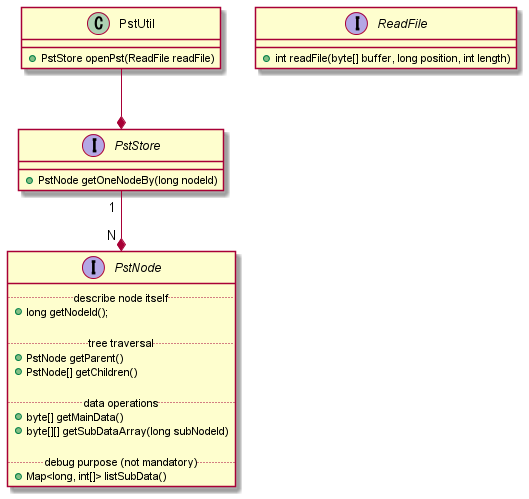
Before: out/plantuml/base/schematic.png, a diagram exported from PlantUML (Kris-LIBIS/ruby-msg). Its diagram source:
```plantuml
@startuml schematic

class PstUtil {
    + PstStore openPst(ReadFile readFile)
}

interface PstStore {
    + PstNode getOneNodeBy(long nodeId)
}

interface PstNode {
    .. describe node itself ..
    + long getNodeId();

    .. tree traversal ..
    + PstNode getParent()
    + PstNode[] getChildren()

    .. data operations ..
    + byte[] getMainData()
    + byte[][] getSubDataArray(long subNodeId)

    .. debug purpose (not mandatory) ..
    + Map<long, int[]> listSubData()
}

PstUtil --* PstStore
PstStore " 1 " --* " N " PstNode

interface ReadFile {
    + int readFile(byte[] buffer, long position, int length)
}

@enduml
```
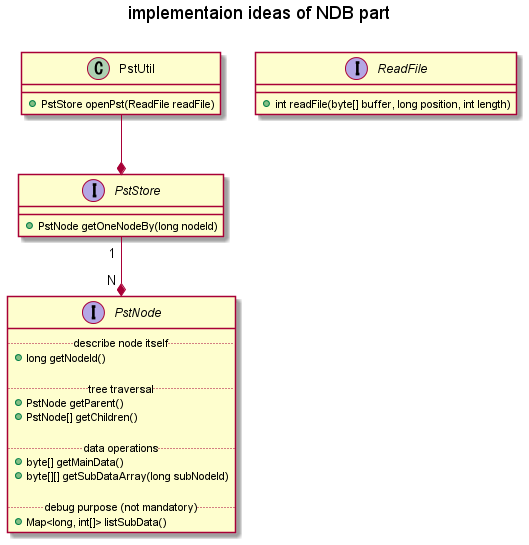
After the commit.

What changed in the source:
```diff
@@ -1,4 +1,5 @@
 @startuml schematic
+title implementaion ideas of NDB part\n
 
 class PstUtil {
     + PstStore openPst(ReadFile readFile)
@@ -10,7 +11,7 @@
 
 interface PstNode {
     .. describe node itself ..
-    + long getNodeId();
+    + long getNodeId()
 
     .. tree traversal ..
     + PstNode getParent()
```
